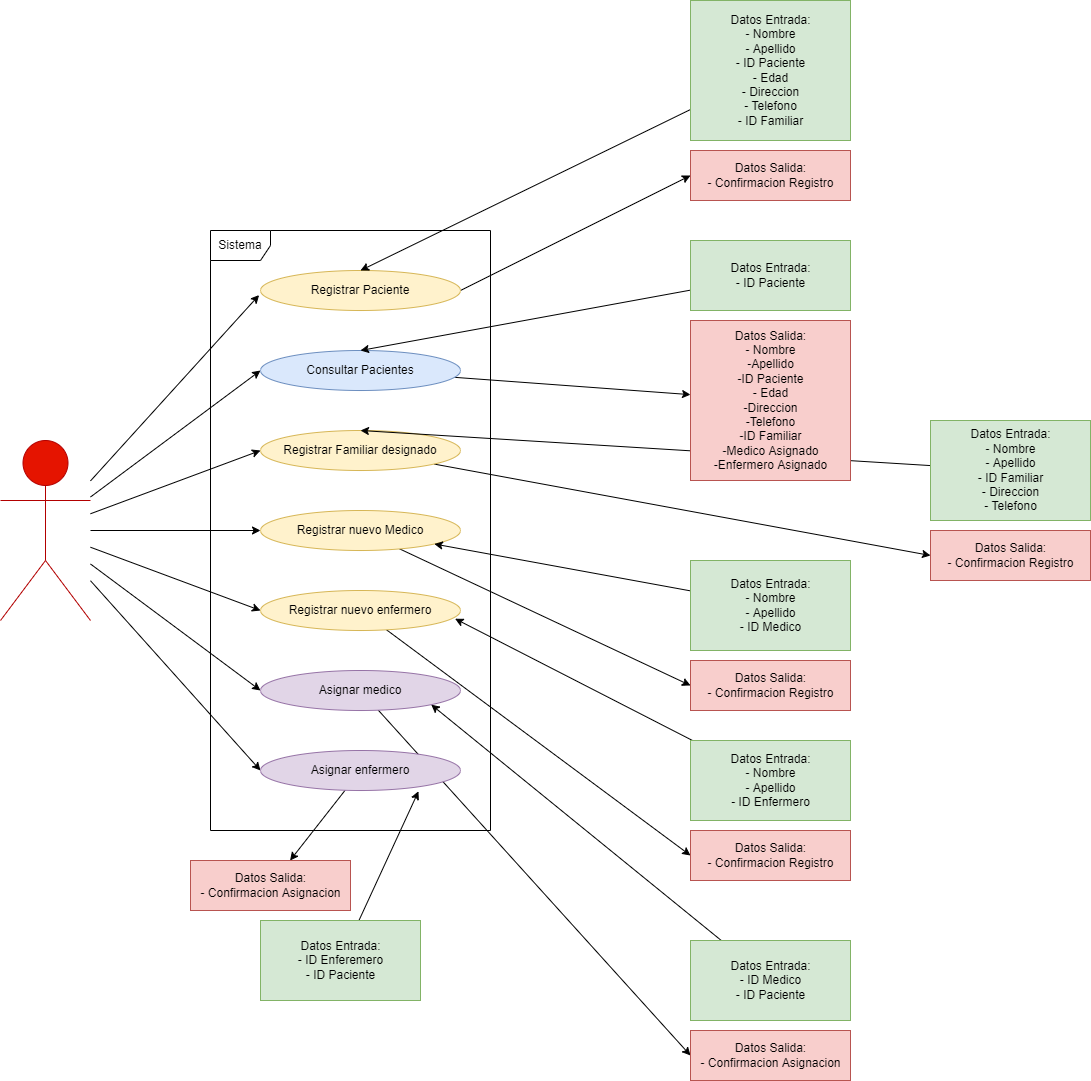
This is UML Auxiliar.png from LeoDavintxi/Hospitalizacion-en-Casa, a draw.io export, as it was before one commit. Source tidied: cells renumbered, new cells last; positions are measured from the earlier drawing's top-left corner, leaving out a move shared by most shapes.
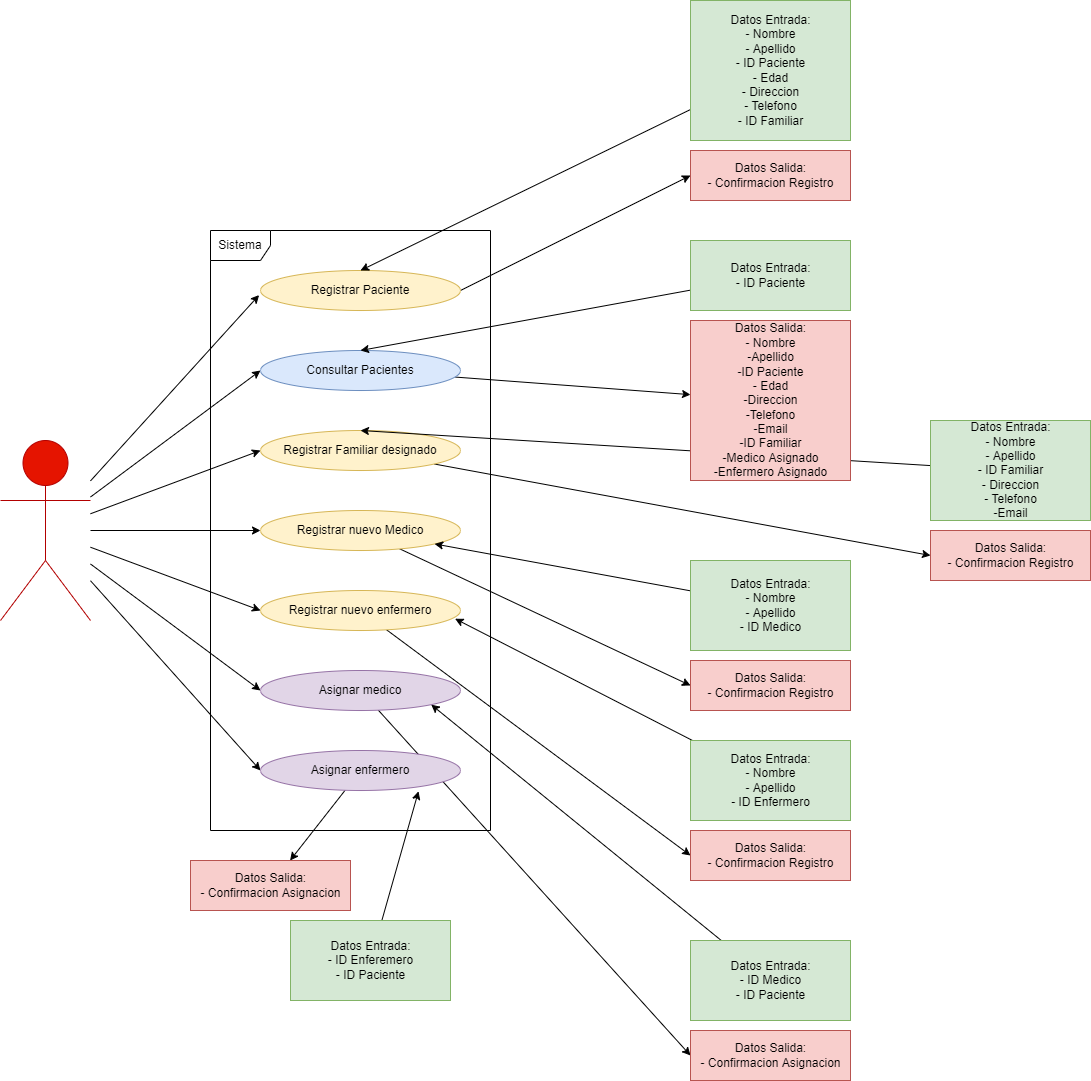
Later version of the same file.

Commit message:
Agregar email al Cuadro

Change to the diagram source:
```diff
@@ -89,7 +89,7 @@
     <mxCell id="30" style="edgeStyle=none;rounded=0;jettySize=auto;html=1;entryX=0.5;entryY=0;entryDx=0;entryDy=0;" parent="1" edge="1" source="31" target="17">
       <mxGeometry relative="1" as="geometry" />
     </mxCell>
-    <mxCell id="31" value="Datos Entrada:&lt;br&gt;- Nombre&lt;br&gt;- Apellido&lt;br&gt;- ID Familiar&lt;br&gt;- Direccion&lt;br&gt;- Telefono" style="html=1;fillColor=#d5e8d4;strokeColor=#82b366;" parent="1" vertex="1">
+    <mxCell id="31" value="Datos Entrada:&lt;br&gt;- Nombre&lt;br&gt;- Apellido&lt;br&gt;- ID Familiar&lt;br&gt;- Direccion&lt;br&gt;- Telefono&lt;br&gt;-Email" style="html=1;fillColor=#d5e8d4;strokeColor=#82b366;" parent="1" vertex="1">
       <mxGeometry x="930" y="420" width="160" height="100" as="geometry" />
     </mxCell>
     <mxCell id="32" style="edgeStyle=none;rounded=0;jettySize=auto;html=1;" parent="1" edge="1" source="33" target="19">
@@ -114,12 +114,12 @@
       <mxGeometry relative="1" as="geometry" />
     </mxCell>
     <mxCell id="39" value="Datos Entrada:&lt;br&gt;- ID Enferemero&lt;br&gt;- ID Paciente" style="html=1;fillColor=#d5e8d4;strokeColor=#82b366;" parent="1" vertex="1">
-      <mxGeometry x="260" y="920" width="160" height="80" as="geometry" />
+      <mxGeometry x="290" y="920" width="160" height="80" as="geometry" />
     </mxCell>
     <mxCell id="40" value="Datos Salida:&lt;br&gt;- Confirmacion Registro" style="html=1;fillColor=#f8cecc;strokeColor=#b85450;" parent="1" vertex="1">
       <mxGeometry x="690" y="150" width="160" height="50" as="geometry" />
     </mxCell>
-    <mxCell id="41" value="Datos Salida:&lt;br&gt;- Nombre&lt;br&gt;-Apellido&lt;br&gt;-ID Paciente&lt;br&gt;- Edad&lt;br&gt;-Direccion&lt;br&gt;-Telefono&lt;br&gt;-ID Familiar&lt;br&gt;-Medico Asignado&lt;br&gt;-Enfermero Asignado" style="html=1;fillColor=#f8cecc;strokeColor=#b85450;" parent="1" vertex="1">
+    <mxCell id="41" value="Datos Salida:&lt;br&gt;- Nombre&lt;br&gt;-Apellido&lt;br&gt;-ID Paciente&lt;br&gt;- Edad&lt;br&gt;-Direccion&lt;br&gt;-Telefono&lt;br&gt;-Email&lt;br&gt;-ID Familiar&lt;br&gt;-Medico Asignado&lt;br&gt;-Enfermero Asignado" style="html=1;fillColor=#f8cecc;strokeColor=#b85450;" parent="1" vertex="1">
       <mxGeometry x="690" y="320" width="160" height="160" as="geometry" />
     </mxCell>
     <mxCell id="42" value="Datos Salida:&lt;br&gt;- Confirmacion Registro" style="html=1;fillColor=#f8cecc;strokeColor=#b85450;" parent="1" vertex="1">
```
